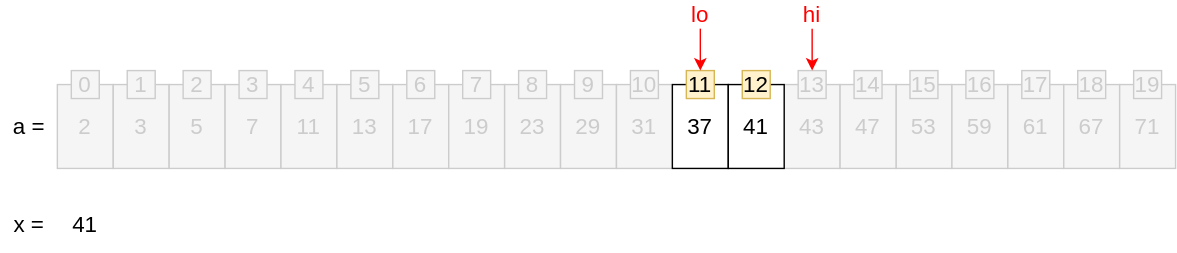
Before: img/algorithm/algorithm-1030-01-01-06.svg, a diagram exported from draw.io (zininote/zininote.github.io-old-). Source tidied: cells renumbered, new cells last; positions are measured from the earlier drawing's top-left corner, leaving out a move shared by most shapes.
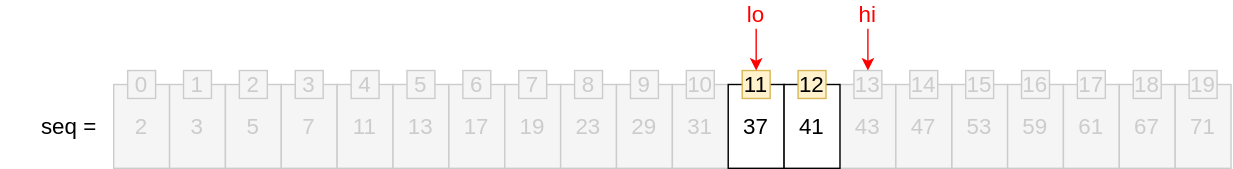
The same file after the commit.

Diff of the diagram source:
```diff
@@ -56,15 +56,6 @@
     <mxCell id="19" value="71" style="rounded=0;whiteSpace=wrap;html=1;fontSize=16;fillColor=#f5f5f5;strokeColor=#CCCCCC;fontColor=#CCCCCC;" parent="1" vertex="1">
       <mxGeometry x="800" y="60" width="40" height="60" as="geometry" />
     </mxCell>
-    <mxCell id="20" value="a =" style="text;html=1;strokeColor=none;fillColor=none;align=center;verticalAlign=middle;whiteSpace=wrap;rounded=0;fontSize=16;" parent="1" vertex="1">
-      <mxGeometry y="60" width="40" height="60" as="geometry" />
-    </mxCell>
-    <mxCell id="21" value="x =" style="text;html=1;strokeColor=none;fillColor=none;align=center;verticalAlign=middle;whiteSpace=wrap;rounded=0;fontSize=16;" parent="1" vertex="1">
-      <mxGeometry y="140" width="40" height="40" as="geometry" />
-    </mxCell>
-    <mxCell id="22" value="41" style="text;html=1;strokeColor=none;fillColor=none;align=center;verticalAlign=middle;whiteSpace=wrap;rounded=0;fontSize=16;" parent="1" vertex="1">
-      <mxGeometry x="40" y="140" width="40" height="40" as="geometry" />
-    </mxCell>
     <mxCell id="23" value="&lt;span style=&quot;font-size: 16px&quot;&gt;0&lt;/span&gt;" style="text;html=1;fillColor=#f5f5f5;align=center;verticalAlign=middle;whiteSpace=wrap;rounded=0;strokeColor=#CCCCCC;fontColor=#CCCCCC;" parent="1" vertex="1">
       <mxGeometry x="50" y="50" width="20" height="20" as="geometry" />
     </mxCell>
@@ -149,5 +140,8 @@
     <mxCell id="50" value="&lt;span style=&quot;font-size: 16px&quot;&gt;12&lt;/span&gt;" style="text;html=1;strokeColor=#d6b656;fillColor=#fff2cc;align=center;verticalAlign=middle;whiteSpace=wrap;rounded=0;" parent="1" vertex="1">
       <mxGeometry x="530" y="50" width="20" height="20" as="geometry" />
     </mxCell>
+    <mxCell id="51" value="seq =" style="text;html=1;strokeColor=none;fillColor=none;align=right;verticalAlign=middle;whiteSpace=wrap;rounded=0;fontSize=16;" parent="1" vertex="1">
+      <mxGeometry x="-40" y="60" width="70" height="60" as="geometry" />
+    </mxCell>
   </root>
 </mxGraphModel>
```
